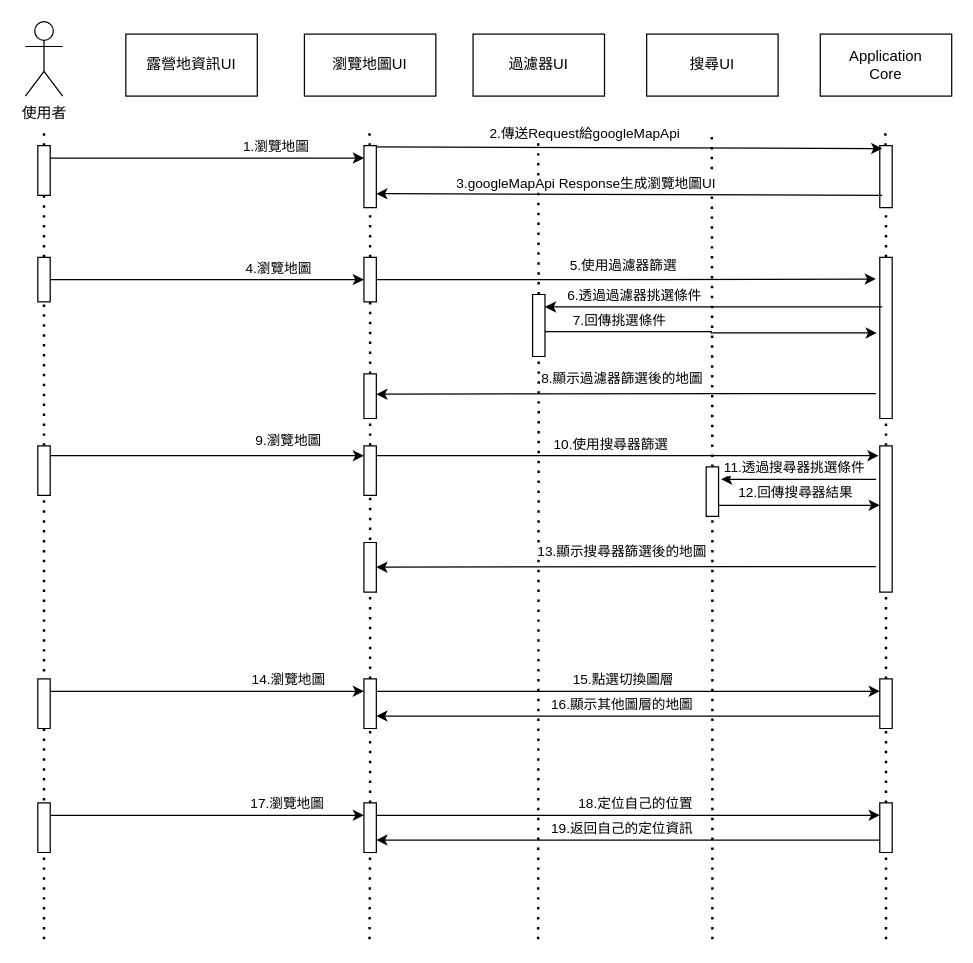
The draw.io diagram UI圖.drawio in sanchongdragon/DrawIOTest, before the edit. Source tidied: cells renumbered, new cells numbered last; positions are measured from the earlier drawing's top-left corner, leaving out a move shared by most shapes. Both pictures are drawn from the tidied source at 124%, with x=0, y=0 at pixel (25, 21).
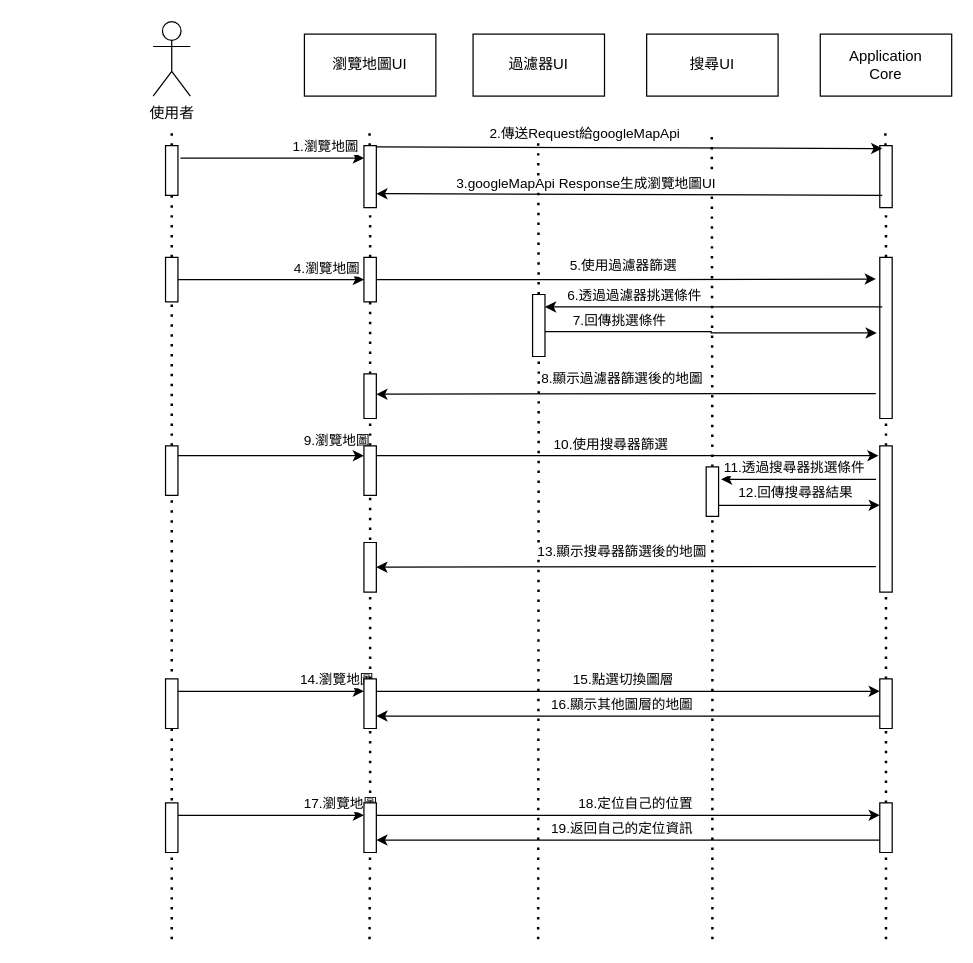
The same page after the edit.

The change refers to these unchanged cells:
```xml
<mxCell id="31" style="edgeStyle=orthogonalEdgeStyle;rounded=0;jettySize=auto;html=1;" parent="1" edge="1" source="33" target="73">
  <mxGeometry relative="1" as="geometry">
    <Array as="points">
      <mxPoint x="231" y="350" />
      <mxPoint x="231" y="350" />
    </Array>
  </mxGeometry>
</mxCell>
```

The edit, as a diff of the source:
```diff
@@
     <mxCell id="2" value="使用者" style="shape=umlActor;verticalLabelPosition=bottom;verticalAlign=top;html=1;" parent="1" vertex="1">
-      <mxGeometry width="30" height="60" as="geometry" />
+      <mxGeometry x="103" width="30" height="60" as="geometry" />
     </mxCell>
@@
     <mxCell id="7" style="endArrow=none;dashed=1;html=1;dashPattern=1 3;strokeWidth=2;" parent="1" edge="1" source="12">
       <mxGeometry relative="1" as="geometry">
-        <mxPoint x="15" y="90" as="targetPoint" />
+        <mxPoint x="118" y="90" as="targetPoint" />
       </mxGeometry>
     </mxCell>
@@
     <mxCell id="12" style="verticalLabelPosition=bottom;verticalAlign=top;html=1;shape=mxgraph.basic.rect;fillColor2=none;strokeWidth=1;size=20;indent=5;" parent="1" vertex="1">
-      <mxGeometry x="10" y="100" width="10" height="40" as="geometry" />
+      <mxGeometry x="113" y="100" width="10" height="40" as="geometry" />
     </mxCell>
@@
     <mxCell id="24" style="verticalLabelPosition=bottom;verticalAlign=top;html=1;shape=mxgraph.basic.rect;fillColor2=none;strokeWidth=1;size=20;indent=5;" parent="1" vertex="1">
-      <mxGeometry x="10" y="190" width="10" height="36" as="geometry" />
+      <mxGeometry x="113" y="190" width="10" height="36" as="geometry" />
     </mxCell>
@@
     <mxCell id="32" value="9.瀏覽地圖" style="edgeLabel;html=1;align=center;verticalAlign=middle;" parent="31" vertex="1">
       <mxGeometry x="0.18" y="1" relative="1" as="geometry">
-        <mxPoint x="42.8" y="-12" as="offset" />
+        <mxPoint x="38.8" y="-12" as="offset" />
       </mxGeometry>
     </mxCell>
     <mxCell id="33" style="verticalLabelPosition=bottom;verticalAlign=top;html=1;shape=mxgraph.basic.rect;fillColor2=none;strokeWidth=1;size=20;indent=5;" parent="1" vertex="1">
-      <mxGeometry x="10" y="342" width="10" height="40" as="geometry" />
+      <mxGeometry x="113" y="342" width="10" height="40" as="geometry" />
     </mxCell>
     <mxCell id="34" style="endArrow=none;dashed=1;html=1;dashPattern=1 3;strokeWidth=2;" parent="1" edge="1" target="33">
       <mxGeometry relative="1" as="geometry">
-        <mxPoint x="15" y="740" as="sourcePoint" />
+        <mxPoint x="118" y="740" as="sourcePoint" />
       </mxGeometry>
     </mxCell>
@@
     <mxCell id="39" style="verticalLabelPosition=bottom;verticalAlign=top;html=1;shape=mxgraph.basic.rect;fillColor2=none;strokeWidth=1;size=20;indent=5;" parent="1" vertex="1">
-      <mxGeometry x="10" y="530" width="10" height="40" as="geometry" />
+      <mxGeometry x="113" y="530" width="10" height="40" as="geometry" />
     </mxCell>
@@
     <mxCell id="50" style="verticalLabelPosition=bottom;verticalAlign=top;html=1;shape=mxgraph.basic.rect;fillColor2=none;strokeWidth=1;size=20;indent=5;" parent="1" vertex="1">
-      <mxGeometry x="10" y="630" width="10" height="40" as="geometry" />
+      <mxGeometry x="113" y="630" width="10" height="40" as="geometry" />
     </mxCell>
@@
-    <mxCell id="84" value="露營地資訊UI" style="rounded=0;whiteSpace=wrap;html=1;" parent="1" vertex="1">
-      <mxGeometry x="81" y="10" width="106" height="50" as="geometry" />
-    </mxCell>
     <mxCell id="85" style="edgeStyle=orthogonalEdgeStyle;rounded=0;orthogonalLoop=1;jettySize=auto;html=1;" parent="1" edge="1">
       <mxGeometry relative="1" as="geometry">
-        <mxPoint x="20" y="110" as="sourcePoint" />
+        <mxPoint x="125" y="110" as="sourcePoint" />
         <mxPoint x="273" y="110" as="targetPoint" />
         <Array as="points">
           <mxPoint x="231" y="110" />
           <mxPoint x="231" y="110" />
         </Array>
       </mxGeometry>
     </mxCell>
```
